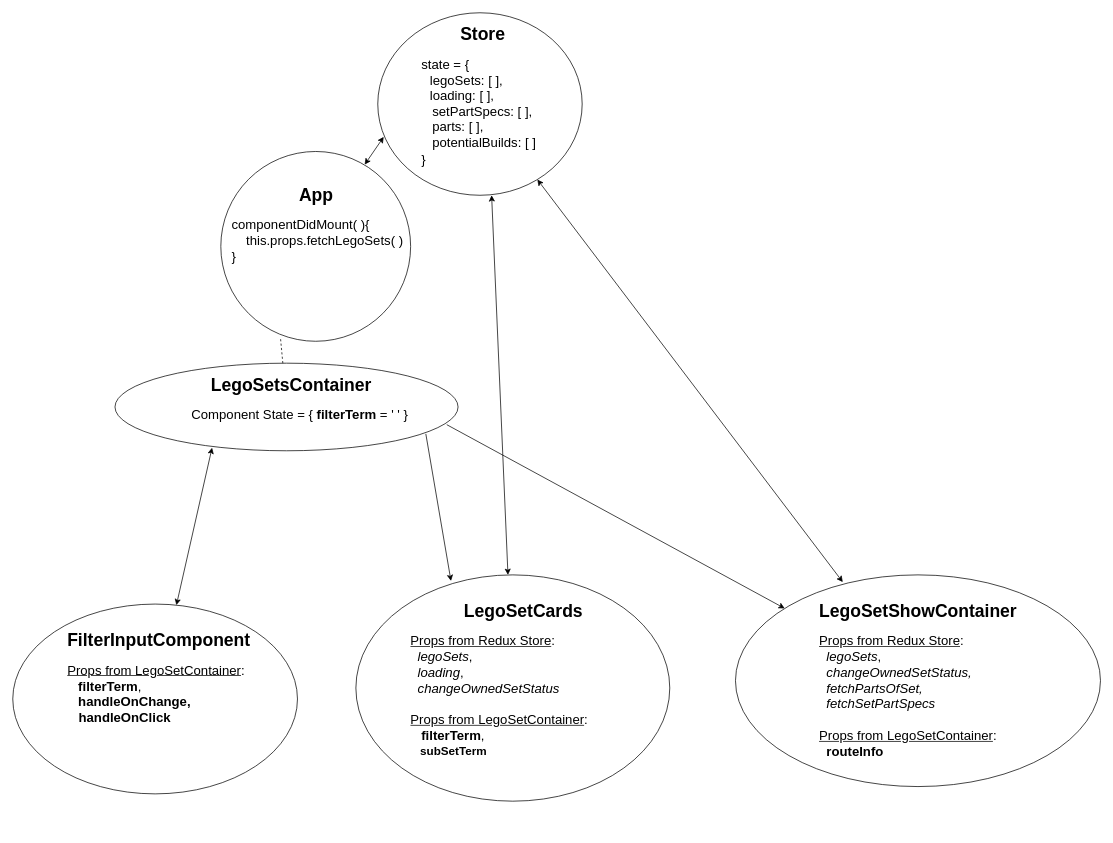
This is StateTreeDiagram.drawio from DavidRMorphew/my-bricks-app-frontend, a draw.io file, before an edit. Source tidied: cells renumbered, new cells numbered last; positions are measured from the earlier drawing's top-left corner, leaving out a move shared by most shapes. Both pictures are drawn from the tidied source at 73%, with x=0, y=0 at pixel (12, 12).
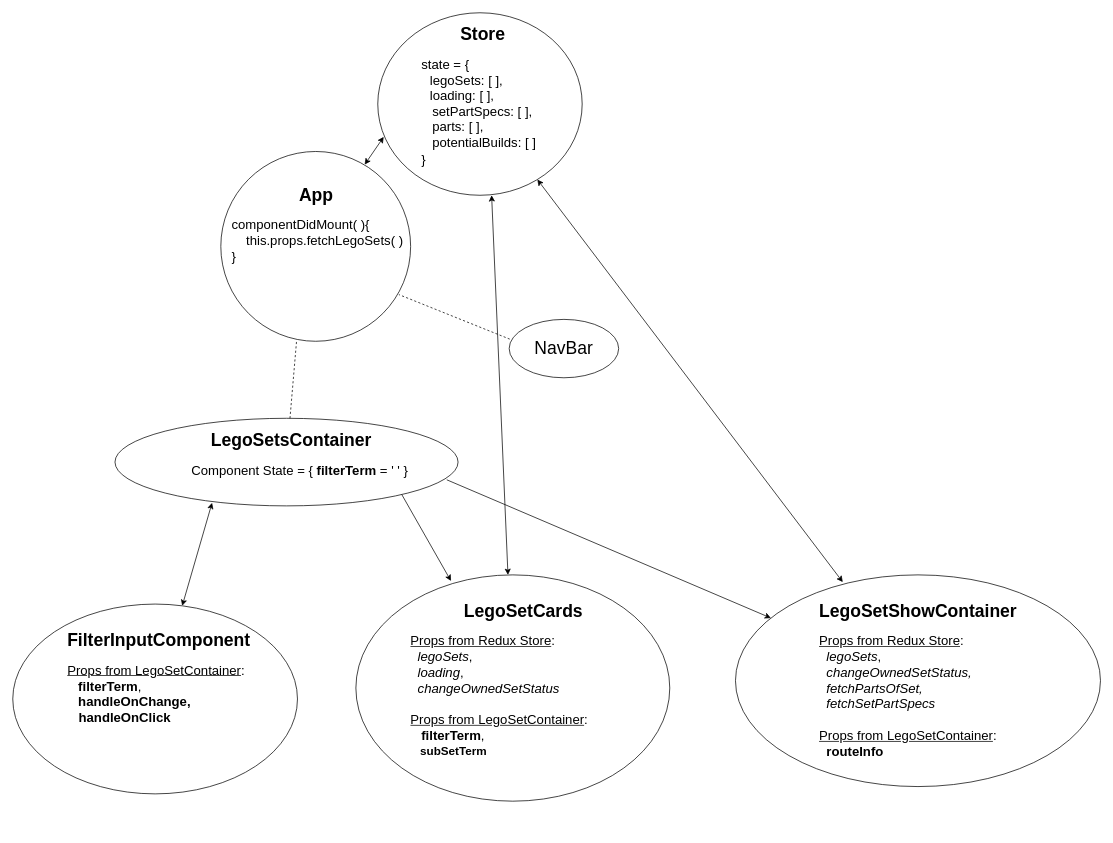
After the change.

Commit message:
NavBar added to StateTreeDiagram

Unchanged cells that the change refers to:
```xml
<mxCell id="10" style="ellipse;whiteSpace=wrap;html=1;" parent="1" vertex="1">
  <mxGeometry x="285" y="190" width="260" height="260" as="geometry" />
</mxCell>
<mxCell id="12" style="ellipse;whiteSpace=wrap;html=1;" parent="1" vertex="1">
  <mxGeometry x="470" y="770" width="430" height="310" as="geometry" />
</mxCell>
```

What changed in the source:
```diff
@@
     <mxCell id="4" style="ellipse;whiteSpace=wrap;html=1;" parent="1" vertex="1">
-      <mxGeometry x="140" y="480" width="470" height="120" as="geometry" />
+      <mxGeometry x="140" y="555.5" width="470" height="120" as="geometry" />
     </mxCell>
     <mxCell id="5" value="&lt;h1&gt;&amp;nbsp; &amp;nbsp; &amp;nbsp; &amp;nbsp; &amp;nbsp; &amp;nbsp; &amp;nbsp; &amp;nbsp; &amp;nbsp; &amp;nbsp;LegoSetsContainer&lt;/h1&gt;&lt;div&gt;&amp;nbsp; &amp;nbsp; &amp;nbsp; &amp;nbsp; &amp;nbsp; &amp;nbsp; &amp;nbsp; &amp;nbsp; &amp;nbsp; &amp;nbsp; &amp;nbsp; &amp;nbsp; &amp;nbsp; &amp;nbsp; &amp;nbsp; &lt;font style=&quot;font-size: 18px&quot;&gt;Component S&lt;font&gt;tate = {&amp;nbsp;&lt;/font&gt;&lt;span&gt;&lt;b&gt;filterTerm&lt;/b&gt;&lt;/span&gt;&lt;span&gt; = ' '&amp;nbsp;&lt;/span&gt;&lt;span&gt;}&lt;/span&gt;&lt;/font&gt;&lt;/div&gt;" style="text;html=1;strokeColor=none;fillColor=none;spacing=5;spacingTop=-20;whiteSpace=wrap;overflow=hidden;rounded=0;" parent="1" vertex="1">
-      <mxGeometry x="140" y="490" width="460" height="260" as="geometry" />
+      <mxGeometry x="140" y="565.5" width="460" height="80" as="geometry" />
     </mxCell>
-    <mxCell id="6" style="endArrow=none;dashed=1;html=1;entryX=0.314;entryY=0.979;entryDx=0;entryDy=0;entryPerimeter=0;" parent="1" edge="1" source="4" target="10">
+    <mxCell id="6" style="endArrow=none;dashed=1;html=1;entryX=0.399;entryY=0.999;entryDx=0;entryDy=0;entryPerimeter=0;" parent="1" edge="1" source="4" target="10">
       <mxGeometry relative="1" as="geometry" />
     </mxCell>
@@
-    <mxCell id="16" style="endArrow=classic;html=1;exitX=0.906;exitY=0.807;exitDx=0;exitDy=0;exitPerimeter=0;entryX=0.303;entryY=0.027;entryDx=0;entryDy=0;entryPerimeter=0;" parent="1" edge="1" source="4" target="12">
+    <mxCell id="16" style="endArrow=classic;html=1;exitX=0.836;exitY=0.871;exitDx=0;exitDy=0;exitPerimeter=0;entryX=0.303;entryY=0.027;entryDx=0;entryDy=0;entryPerimeter=0;" parent="1" edge="1" source="4" target="12">
       <mxGeometry relative="1" as="geometry" />
     </mxCell>
@@
+    <mxCell id="21" style="ellipse;whiteSpace=wrap;html=1;" parent="1" vertex="1">
+      <mxGeometry x="680" y="420" width="150" height="80" as="geometry" />
+    </mxCell>
+    <mxCell id="22" value="&lt;font style=&quot;font-size: 24px&quot;&gt;NavBar&lt;/font&gt;" style="text;html=1;strokeColor=none;fillColor=none;align=center;verticalAlign=middle;whiteSpace=wrap;rounded=0;" parent="1" vertex="1">
+      <mxGeometry x="710" y="450" width="90" height="20" as="geometry" />
+    </mxCell>
+    <mxCell id="23" style="endArrow=none;dashed=1;html=1;entryX=0.938;entryY=0.754;entryDx=0;entryDy=0;entryPerimeter=0;exitX=0.005;exitY=0.338;exitDx=0;exitDy=0;exitPerimeter=0;" parent="1" edge="1" source="21" target="10">
+      <mxGeometry relative="1" as="geometry" />
+    </mxCell>
```
